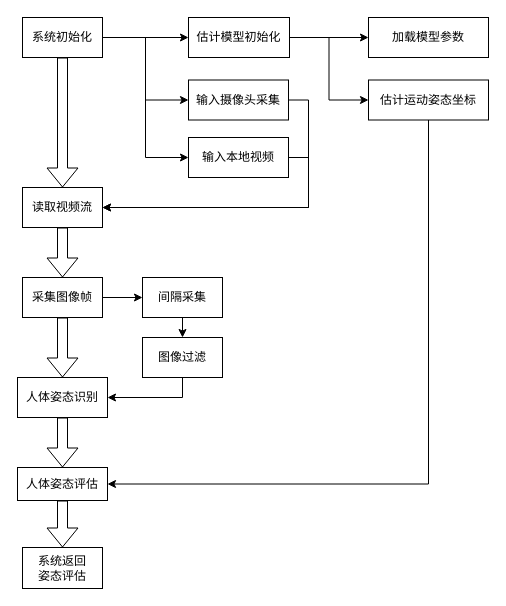
Earlier version of the draw.io diagram paper/流程图/系统总流程图.drawio (Magicherry/Pose_Estimation). Source tidied: cells renumbered, new cells numbered last; positions are measured from the earlier drawing's top-left corner, leaving out a move shared by most shapes. Both pictures are drawn from the tidied source at 100%, with x=0, y=0 at pixel (17, 17).
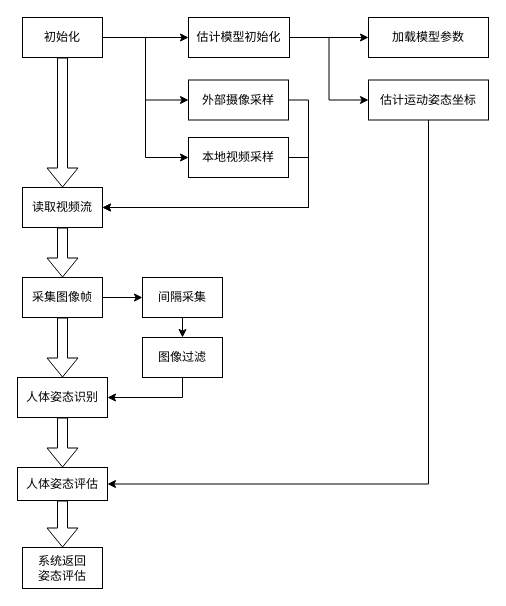
The same page after the edit.

Change to the diagram source:
```diff
@@
-    <mxCell id="8" value="系统初始化" style="rounded=0;whiteSpace=wrap;html=1;" parent="1" vertex="1">
+    <mxCell id="8" value="初始化" style="rounded=0;whiteSpace=wrap;html=1;" parent="1" vertex="1">
       <mxGeometry x="5" width="80" height="40" as="geometry" />
     </mxCell>
@@
-    <mxCell id="26" value="输入摄像头采集" style="rounded=0;whiteSpace=wrap;html=1;" parent="1" vertex="1">
+    <mxCell id="26" value="外部摄像采样" style="rounded=0;whiteSpace=wrap;html=1;" parent="1" vertex="1">
       <mxGeometry x="171" y="62.5" width="100" height="40" as="geometry" />
     </mxCell>
@@
-    <mxCell id="28" value="输入本地视频" style="rounded=0;whiteSpace=wrap;html=1;" parent="1" vertex="1">
+    <mxCell id="28" value="本地视频采样" style="rounded=0;whiteSpace=wrap;html=1;" parent="1" vertex="1">
       <mxGeometry x="171" y="120" width="100" height="40" as="geometry" />
     </mxCell>
```
